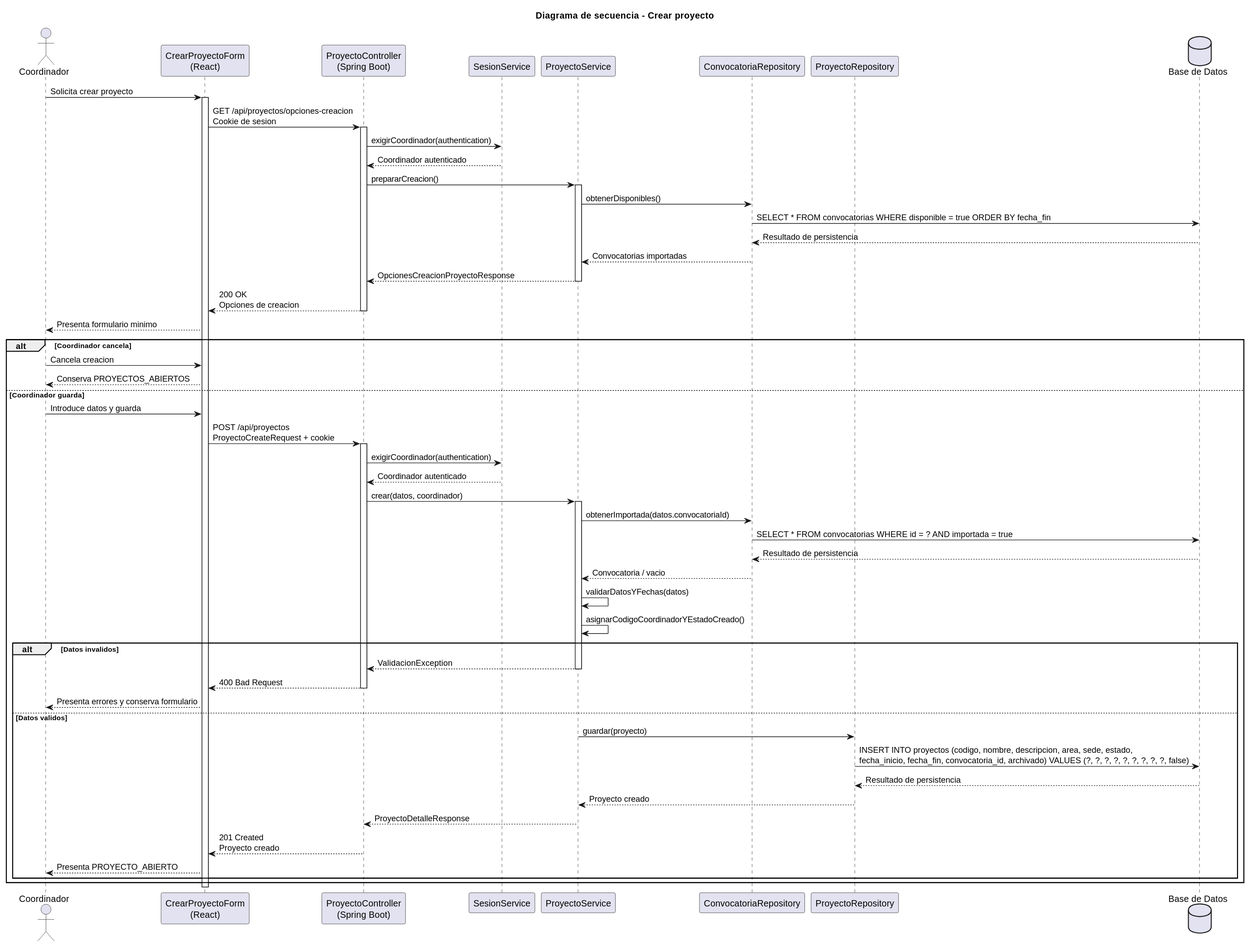
The PlantUML diagram images/RUP/02-diseño/casos-uso/coordinador/crearProyecto/secuencia.svg in beatriizorozco/25-26-idsw2-sdVC, before a commit.
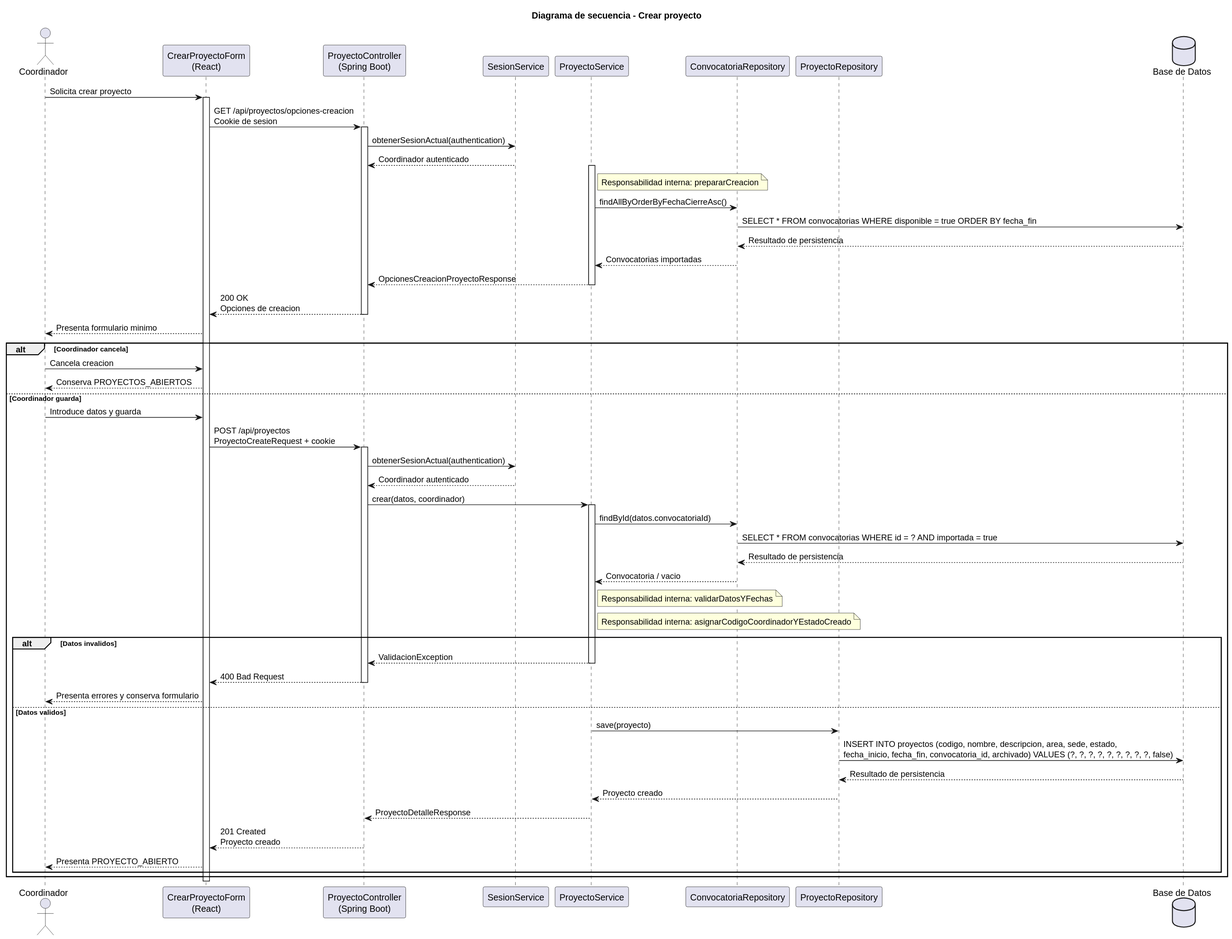
The same file after the commit.

What changed in the source:
```diff
@@ -14,11 +14,11 @@
 activate Frontend
 Frontend -> Api: GET /api/proyectos/opciones-creacion\nCookie de sesion
 activate Api
-Api -> Sesion: exigirCoordinador(authentication)
+Api -> Sesion: obtenerSesionActual(authentication)
 Sesion --> Api: Coordinador autenticado
-Api -> Service: prepararCreacion()
+note right of Service: Responsabilidad interna: prepararCreacion
 activate Service
-Service -> ConvocatoriaRepo: obtenerDisponibles()
+Service -> ConvocatoriaRepo: findAllByOrderByFechaCierreAsc()
 ConvocatoriaRepo -> DB: SELECT * FROM convocatorias WHERE disponible = true ORDER BY fecha_fin
 DB --> ConvocatoriaRepo: Resultado de persistencia
 ConvocatoriaRepo --> Service: Convocatorias importadas
@@ -34,16 +34,16 @@
     Coordinador -> Frontend: Introduce datos y guarda
     Frontend -> Api: POST /api/proyectos\nProyectoCreateRequest + cookie
     activate Api
-    Api -> Sesion: exigirCoordinador(authentication)
+    Api -> Sesion: obtenerSesionActual(authentication)
     Sesion --> Api: Coordinador autenticado
     Api -> Service: crear(datos, coordinador)
     activate Service
-    Service -> ConvocatoriaRepo: obtenerImportada(datos.convocatoriaId)
+    Service -> ConvocatoriaRepo: findById(datos.convocatoriaId)
     ConvocatoriaRepo -> DB: SELECT * FROM convocatorias WHERE id = ? AND importada = true
     DB --> ConvocatoriaRepo: Resultado de persistencia
     ConvocatoriaRepo --> Service: Convocatoria / vacio
-    Service -> Service: validarDatosYFechas(datos)
-    Service -> Service: asignarCodigoCoordinadorYEstadoCreado()
+note right of Service: Responsabilidad interna: validarDatosYFechas
+note right of Service: Responsabilidad interna: asignarCodigoCoordinadorYEstadoCreado
     alt Datos invalidos
         Service --> Api: ValidacionException
         deactivate Service
@@ -51,7 +51,7 @@
         deactivate Api
         Frontend --> Coordinador: Presenta errores y conserva formulario
     else Datos validos
-        Service -> Repo: guardar(proyecto)
+        Service -> Repo: save(proyecto)
         Repo -> DB: INSERT INTO proyectos (codigo, nombre, descripcion, area, sede, estado,\nfecha_inicio, fecha_fin, convocatoria_id, archivado) VALUES (?, ?, ?, ?, ?, ?, ?, ?, ?, false)
         DB --> Repo: Resultado de persistencia
         Repo --> Service: Proyecto creado
```
